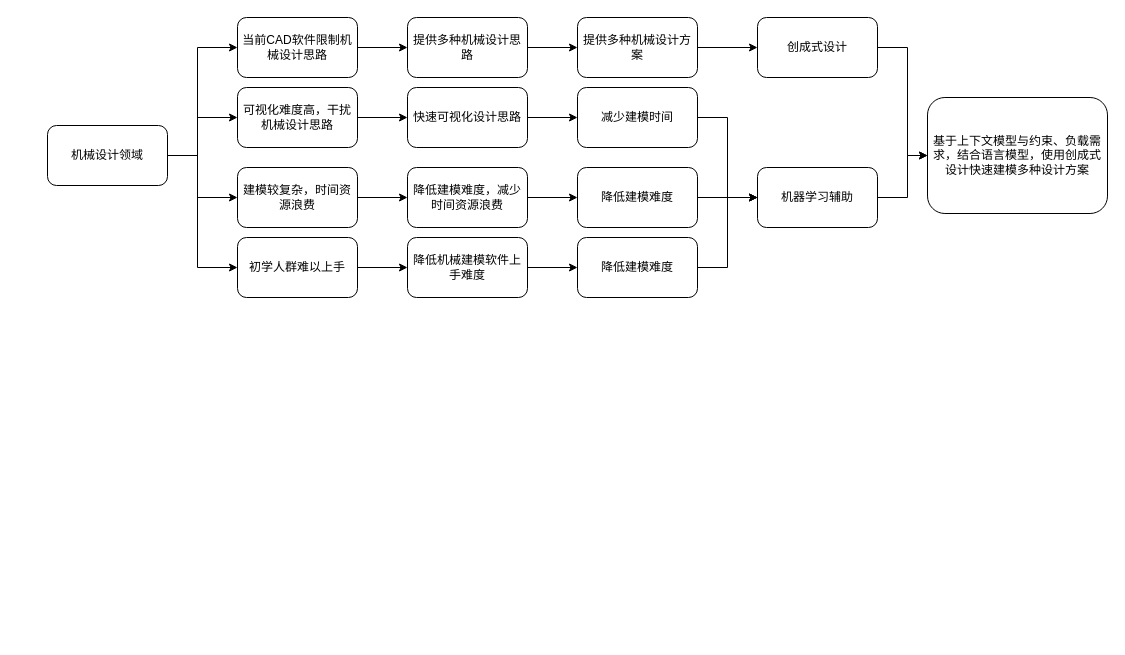
x1528045870/x1528045870 keeps this draw.io diagram as 工程制图需求及解决方案探索.drawio. Above is the earlier version. Source tidied: cells renumbered, new cells numbered last; positions are measured from the earlier drawing's top-left corner, leaving out a move shared by most shapes. Both pictures are drawn from the tidied source at 100%, with x=0, y=0 at pixel (47, 17).
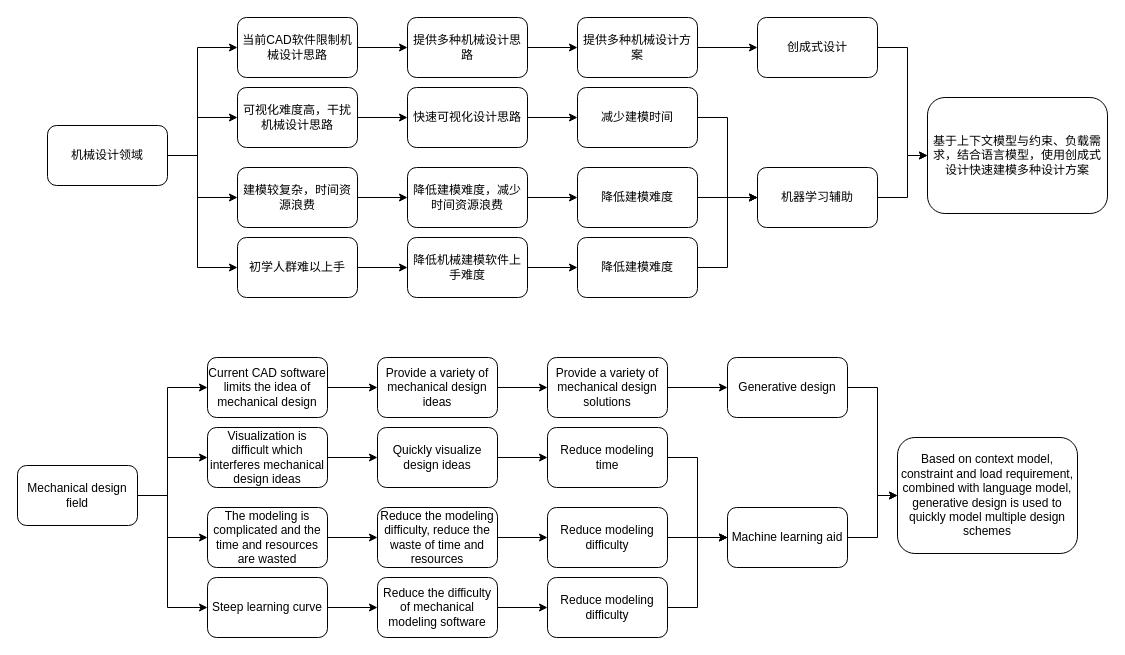
Above is the later version.

Commit message:
更新工程制图需求及解决方案探索.drawio

The edit, as a diff of the source:
```diff
@@
+    <mxCell id="36" value="Mechanical design field" style="rounded=1;whiteSpace=wrap;html=1;" parent="1" vertex="1">
+      <mxGeometry x="-30" y="448" width="120" height="60" as="geometry" />
+    </mxCell>
+    <mxCell id="37" style="endArrow=classic;html=1;rounded=0;exitX=1;exitY=0.5;exitDx=0;exitDy=0;entryX=0;entryY=0.5;entryDx=0;entryDy=0;" parent="1" edge="1" source="36" target="39">
+      <mxGeometry relative="1" as="geometry">
+        <Array as="points">
+          <mxPoint x="120" y="478" />
+          <mxPoint x="120" y="370" />
+        </Array>
+      </mxGeometry>
+    </mxCell>
+    <mxCell id="38" style="endArrow=classic;html=1;rounded=0;exitX=1;exitY=0.5;exitDx=0;exitDy=0;entryX=0;entryY=0.5;entryDx=0;entryDy=0;" parent="1" edge="1" source="36" target="40">
+      <mxGeometry relative="1" as="geometry">
+        <Array as="points">
+          <mxPoint x="120" y="478" />
+          <mxPoint x="120" y="440" />
+        </Array>
+      </mxGeometry>
+    </mxCell>
+    <mxCell id="39" value="Current CAD software limits the idea of mechanical design" style="rounded=1;whiteSpace=wrap;html=1;" parent="1" vertex="1">
+      <mxGeometry x="160" y="340" width="120" height="60" as="geometry" />
+    </mxCell>
+    <mxCell id="40" value="Visualization is difficult which interferes mechanical design ideas" style="rounded=1;whiteSpace=wrap;html=1;" parent="1" vertex="1">
+      <mxGeometry x="160" y="410" width="120" height="60" as="geometry" />
+    </mxCell>
+    <mxCell id="41" style="endArrow=classic;html=1;rounded=0;exitX=1;exitY=0.5;exitDx=0;exitDy=0;entryX=0;entryY=0.5;entryDx=0;entryDy=0;" parent="1" edge="1" source="36" target="46">
+      <mxGeometry relative="1" as="geometry">
+        <Array as="points">
+          <mxPoint x="120" y="478" />
+          <mxPoint x="120" y="590" />
+        </Array>
+      </mxGeometry>
+    </mxCell>
+    <mxCell id="42" value="The modeling is complicated and the time and resources are wasted" style="rounded=1;whiteSpace=wrap;html=1;" parent="1" vertex="1">
+      <mxGeometry x="160" y="490" width="120" height="60" as="geometry" />
+    </mxCell>
+    <mxCell id="43" style="endArrow=classic;html=1;rounded=0;exitX=1;exitY=0.5;exitDx=0;exitDy=0;entryX=0;entryY=0.5;entryDx=0;entryDy=0;" parent="1" edge="1" source="36" target="42">
+      <mxGeometry relative="1" as="geometry">
+        <Array as="points">
+          <mxPoint x="120" y="478" />
+          <mxPoint x="120" y="520" />
+        </Array>
+      </mxGeometry>
+    </mxCell>
+    <mxCell id="44" style="endArrow=classic;html=1;rounded=0;exitX=1;exitY=0.5;exitDx=0;exitDy=0;entryX=0;entryY=0.5;entryDx=0;entryDy=0;" parent="1" edge="1" source="39" target="49">
+      <mxGeometry relative="1" as="geometry" />
+    </mxCell>
+    <mxCell id="45" style="endArrow=classic;html=1;rounded=0;exitX=1;exitY=0.5;exitDx=0;exitDy=0;" parent="1" edge="1" source="40">
+      <mxGeometry relative="1" as="geometry">
+        <mxPoint x="330" y="440" as="targetPoint" />
+        <Array as="points">
+          <mxPoint x="330" y="440" />
+        </Array>
+      </mxGeometry>
+    </mxCell>
+    <mxCell id="46" value="Steep learning curve" style="rounded=1;whiteSpace=wrap;html=1;" parent="1" vertex="1">
+      <mxGeometry x="160" y="560" width="120" height="60" as="geometry" />
+    </mxCell>
+    <mxCell id="47" style="endArrow=classic;html=1;rounded=0;exitX=1;exitY=0.5;exitDx=0;exitDy=0;entryX=0;entryY=0.5;entryDx=0;entryDy=0;" parent="1" edge="1" source="46" target="51">
+      <mxGeometry relative="1" as="geometry" />
+    </mxCell>
+    <mxCell id="48" style="endArrow=classic;html=1;rounded=0;exitX=1;exitY=0.5;exitDx=0;exitDy=0;entryX=0;entryY=0.5;entryDx=0;entryDy=0;" parent="1" edge="1" source="42" target="52">
+      <mxGeometry relative="1" as="geometry" />
+    </mxCell>
+    <mxCell id="49" value="Provide a variety of mechanical design ideas" style="rounded=1;whiteSpace=wrap;html=1;" parent="1" vertex="1">
+      <mxGeometry x="330" y="340" width="120" height="60" as="geometry" />
+    </mxCell>
+    <mxCell id="50" value="Quickly visualize design ideas" style="rounded=1;whiteSpace=wrap;html=1;" parent="1" vertex="1">
+      <mxGeometry x="330" y="410" width="120" height="60" as="geometry" />
+    </mxCell>
+    <mxCell id="51" value="Reduce the difficulty of mechanical modeling software" style="rounded=1;whiteSpace=wrap;html=1;" parent="1" vertex="1">
+      <mxGeometry x="330" y="560" width="120" height="60" as="geometry" />
+    </mxCell>
+    <mxCell id="52" value="Reduce the modeling difficulty, reduce the waste of time and resources" style="rounded=1;whiteSpace=wrap;html=1;" parent="1" vertex="1">
+      <mxGeometry x="330" y="490" width="120" height="60" as="geometry" />
+    </mxCell>
+    <mxCell id="53" value="Reduce modeling difficulty" style="rounded=1;whiteSpace=wrap;html=1;" parent="1" vertex="1">
+      <mxGeometry x="500" y="560" width="120" height="60" as="geometry" />
+    </mxCell>
+    <mxCell id="54" style="endArrow=classic;html=1;rounded=0;exitX=1;exitY=0.5;exitDx=0;exitDy=0;entryX=0;entryY=0.5;entryDx=0;entryDy=0;" parent="1" edge="1" source="51" target="53">
+      <mxGeometry relative="1" as="geometry" />
+    </mxCell>
+    <mxCell id="55" value="Reduce modeling difficulty" style="rounded=1;whiteSpace=wrap;html=1;" parent="1" vertex="1">
+      <mxGeometry x="500" y="490" width="120" height="60" as="geometry" />
+    </mxCell>
+    <mxCell id="56" style="endArrow=classic;html=1;rounded=0;exitX=1;exitY=0.5;exitDx=0;exitDy=0;entryX=0;entryY=0.5;entryDx=0;entryDy=0;" parent="1" edge="1" source="52" target="55">
+      <mxGeometry relative="1" as="geometry" />
+    </mxCell>
+    <mxCell id="57" value="Reduce modeling time" style="rounded=1;whiteSpace=wrap;html=1;" parent="1" vertex="1">
+      <mxGeometry x="500" y="410" width="120" height="60" as="geometry" />
+    </mxCell>
+    <mxCell id="58" style="endArrow=classic;html=1;rounded=0;exitX=1;exitY=0.5;exitDx=0;exitDy=0;entryX=0;entryY=0.5;entryDx=0;entryDy=0;" parent="1" edge="1" source="50" target="57">
+      <mxGeometry relative="1" as="geometry" />
+    </mxCell>
+    <mxCell id="59" value="Provide a variety of mechanical design solutions" style="rounded=1;whiteSpace=wrap;html=1;" parent="1" vertex="1">
+      <mxGeometry x="500" y="340" width="120" height="60" as="geometry" />
+    </mxCell>
+    <mxCell id="60" style="endArrow=classic;html=1;rounded=0;exitX=1;exitY=0.5;exitDx=0;exitDy=0;entryX=0;entryY=0.5;entryDx=0;entryDy=0;" parent="1" edge="1" source="49" target="59">
+      <mxGeometry relative="1" as="geometry" />
+    </mxCell>
+    <mxCell id="61" value="Based on context model, constraint and load requirement, combined with language model, generative design is used to quickly model multiple design schemes" style="rounded=1;whiteSpace=wrap;html=1;" parent="1" vertex="1">
+      <mxGeometry x="850" y="420" width="180" height="116" as="geometry" />
+    </mxCell>
+    <mxCell id="62" value="Machine learning aid" style="rounded=1;whiteSpace=wrap;html=1;" parent="1" vertex="1">
+      <mxGeometry x="680" y="490" width="120" height="60" as="geometry" />
+    </mxCell>
+    <mxCell id="63" value="Generative design" style="rounded=1;whiteSpace=wrap;html=1;" parent="1" vertex="1">
+      <mxGeometry x="680" y="340" width="120" height="60" as="geometry" />
+    </mxCell>
+    <mxCell id="64" style="endArrow=classic;html=1;rounded=0;exitX=1;exitY=0.5;exitDx=0;exitDy=0;entryX=0;entryY=0.5;entryDx=0;entryDy=0;" parent="1" edge="1" source="59" target="63">
+      <mxGeometry relative="1" as="geometry" />
+    </mxCell>
+    <mxCell id="65" style="endArrow=classic;html=1;rounded=0;exitX=1;exitY=0.5;exitDx=0;exitDy=0;entryX=0;entryY=0.5;entryDx=0;entryDy=0;" parent="1" edge="1" source="63" target="61">
+      <mxGeometry relative="1" as="geometry">
+        <Array as="points">
+          <mxPoint x="830" y="370" />
+          <mxPoint x="830" y="478" />
+        </Array>
+      </mxGeometry>
+    </mxCell>
+    <mxCell id="66" style="endArrow=classic;html=1;rounded=0;exitX=1;exitY=0.5;exitDx=0;exitDy=0;entryX=0;entryY=0.5;entryDx=0;entryDy=0;" parent="1" edge="1" source="62" target="61">
+      <mxGeometry relative="1" as="geometry">
+        <Array as="points">
+          <mxPoint x="830" y="520" />
+          <mxPoint x="830" y="478" />
+        </Array>
+      </mxGeometry>
+    </mxCell>
+    <mxCell id="67" style="endArrow=classic;html=1;rounded=0;exitX=1;exitY=0.5;exitDx=0;exitDy=0;entryX=0;entryY=0.5;entryDx=0;entryDy=0;" parent="1" edge="1" source="55" target="62">
+      <mxGeometry relative="1" as="geometry" />
+    </mxCell>
+    <mxCell id="68" style="endArrow=classic;html=1;rounded=0;exitX=1;exitY=0.5;exitDx=0;exitDy=0;entryX=0;entryY=0.5;entryDx=0;entryDy=0;" parent="1" edge="1" source="53" target="62">
+      <mxGeometry relative="1" as="geometry">
+        <Array as="points">
+          <mxPoint x="650" y="590" />
+          <mxPoint x="650" y="520" />
+        </Array>
+      </mxGeometry>
+    </mxCell>
+    <mxCell id="69" style="endArrow=classic;html=1;rounded=0;exitX=1;exitY=0.5;exitDx=0;exitDy=0;entryX=0;entryY=0.5;entryDx=0;entryDy=0;" parent="1" edge="1" source="57" target="62">
+      <mxGeometry relative="1" as="geometry">
+        <Array as="points">
+          <mxPoint x="650" y="440" />
+          <mxPoint x="650" y="520" />
+        </Array>
+      </mxGeometry>
+    </mxCell>
```
